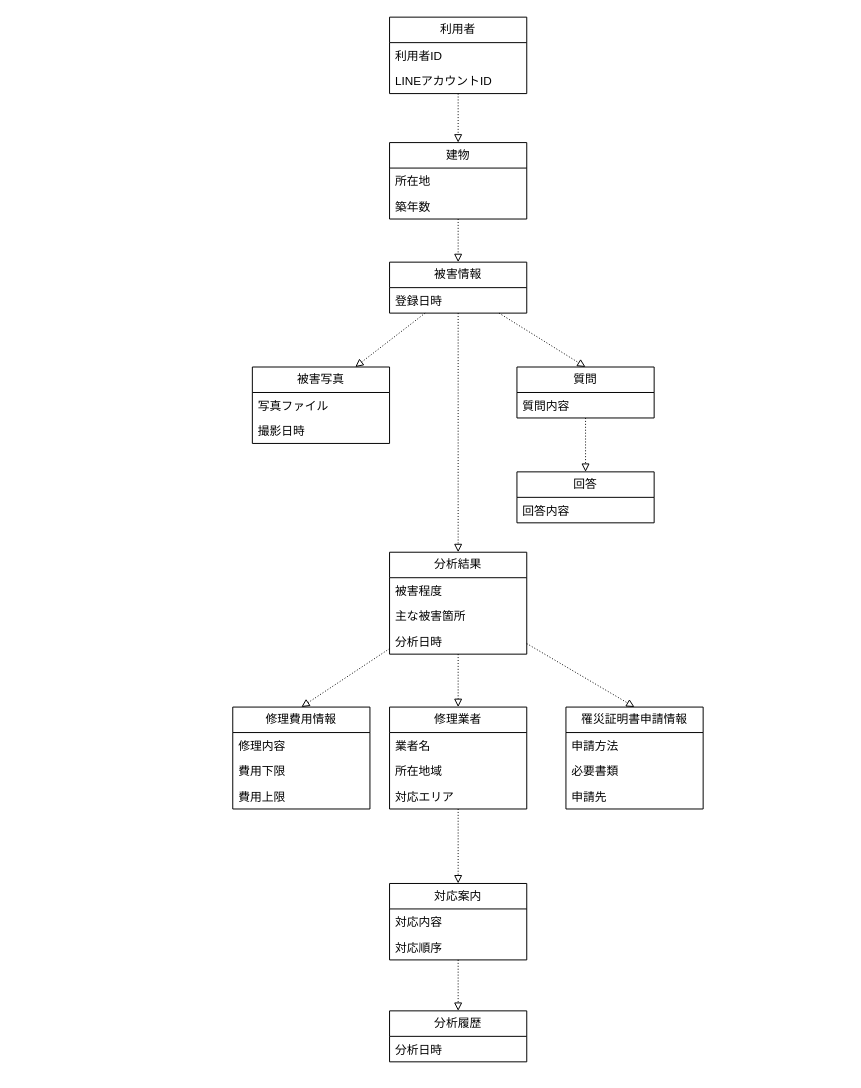
The draw.io diagram page "ドメイン仮１" (1 of 2) of 20_システム設計書/地震ドメイン.drawio in Kotarou-Tanoue/tanouesoftware, before the edit. Source tidied: cells renumbered, new cells numbered last; positions are measured from the earlier drawing's top-left corner, leaving out a move shared by most shapes. Both pictures are drawn from the tidied source at 98%, with x=0, y=0 at pixel (232, 17).
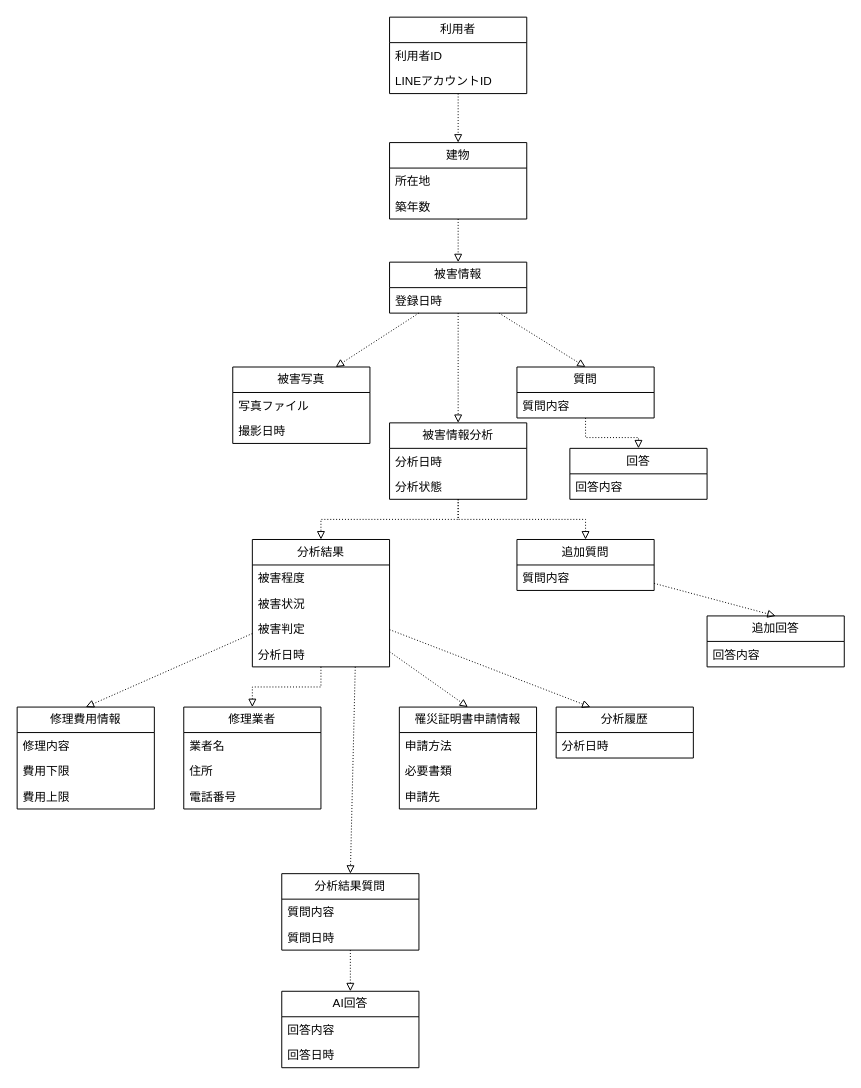
The same diagram, later.

The change refers to these unchanged cells:
```xml
<mxCell id="13" value="被害情報" style="swimlane;fontStyle=0;horizontal=1;startSize=26;fillColor=none;whiteSpace=wrap;html=1;" parent="1" vertex="1">
  <mxGeometry x="160" y="250" width="140" height="52" as="geometry" />
</mxCell>
```

Change to the diagram source:
```diff
@@
-    <mxCell id="12" style="edgeStyle=orthogonalEdgeStyle;shape=connector;rounded=0;jettySize=auto;html=1;entryX=0.5;entryY=0;entryDx=0;entryDy=0;dashed=1;dashPattern=1 2;strokeColor=default;align=center;verticalAlign=middle;fontFamily=Helvetica;fontSize=11;fontColor=default;labelBackgroundColor=default;endArrow=block;endFill=0;" parent="1" edge="1" source="13" target="26">
+    <mxCell id="12" style="edgeStyle=orthogonalEdgeStyle;shape=connector;rounded=0;jettySize=auto;html=1;entryX=0.5;entryY=0;entryDx=0;entryDy=0;dashed=1;dashPattern=1 2;strokeColor=default;align=center;verticalAlign=middle;fontFamily=Helvetica;fontSize=11;fontColor=default;labelBackgroundColor=default;endArrow=block;endFill=0;" parent="1" edge="1" source="13" target="54">
       <mxGeometry relative="1" as="geometry" />
     </mxCell>
@@
     <mxCell id="15" value="被害写真" style="swimlane;fontStyle=0;horizontal=1;startSize=26;fillColor=none;whiteSpace=wrap;html=1;" parent="1" vertex="1">
-      <mxGeometry x="20" y="357" width="140" height="78" as="geometry" />
+      <mxGeometry y="357" width="140" height="78" as="geometry" />
     </mxCell>
@@
     <mxCell id="21" value="回答" style="swimlane;fontStyle=0;horizontal=1;startSize=26;fillColor=none;whiteSpace=wrap;html=1;" parent="1" vertex="1">
-      <mxGeometry x="290" y="464" width="140" height="52" as="geometry" />
+      <mxGeometry x="344" y="440" width="140" height="52" as="geometry" />
     </mxCell>
@@
+    <mxCell id="49" style="shape=connector;rounded=0;jettySize=auto;html=1;entryX=0.25;entryY=0;entryDx=0;entryDy=0;dashed=1;dashPattern=1 2;strokeColor=default;align=center;verticalAlign=middle;fontFamily=Helvetica;fontSize=11;fontColor=default;labelBackgroundColor=default;endArrow=block;endFill=0;" parent="1" edge="1" source="26" target="30">
+      <mxGeometry relative="1" as="geometry" />
+    </mxCell>
     <mxCell id="26" value="分析結果" style="swimlane;fontStyle=0;horizontal=1;startSize=26;fillColor=none;whiteSpace=wrap;html=1;" parent="1" vertex="1">
-      <mxGeometry x="160" y="546" width="140" height="104" as="geometry" />
+      <mxGeometry x="20" y="533" width="140" height="130" as="geometry" />
     </mxCell>
@@
+    <mxCell id="50" value="被害状況" style="text;strokeColor=none;fillColor=none;align=left;verticalAlign=top;spacingLeft=4;spacingRight=4;overflow=hidden;whiteSpace=wrap;html=1;" parent="26" vertex="1">
+      <mxGeometry y="52" width="140" height="26" as="geometry" />
+    </mxCell>
-    <mxCell id="28" value="主な被害箇所" style="text;strokeColor=none;fillColor=none;align=left;verticalAlign=top;spacingLeft=4;spacingRight=4;overflow=hidden;whiteSpace=wrap;html=1;" parent="26" vertex="1">
-      <mxGeometry y="52" width="140" height="26" as="geometry" />
+    <mxCell id="28" value="被害判定" style="text;strokeColor=none;fillColor=none;align=left;verticalAlign=top;spacingLeft=4;spacingRight=4;overflow=hidden;whiteSpace=wrap;html=1;" parent="26" vertex="1">
+      <mxGeometry y="78" width="140" height="26" as="geometry" />
     </mxCell>
     <mxCell id="29" value="分析日時" style="text;strokeColor=none;fillColor=none;align=left;verticalAlign=top;spacingLeft=4;spacingRight=4;overflow=hidden;whiteSpace=wrap;html=1;" parent="26" vertex="1">
-      <mxGeometry y="78" width="140" height="26" as="geometry" />
+      <mxGeometry y="104" width="140" height="26" as="geometry" />
     </mxCell>
-    <mxCell id="30" value="分析履歴" style="swimlane;fontStyle=0;horizontal=1;startSize=26;fillColor=none;whiteSpace=wrap;html=1;" parent="1" vertex="1">
-      <mxGeometry x="160" y="1014" width="140" height="52" as="geometry" />
-    </mxCell>
-    <mxCell id="31" value="分析日時" style="text;strokeColor=none;fillColor=none;align=left;verticalAlign=top;spacingLeft=4;spacingRight=4;overflow=hidden;whiteSpace=wrap;html=1;" parent="30" vertex="1">
-      <mxGeometry y="26" width="140" height="26" as="geometry" />
-    </mxCell>
     <mxCell id="32" value="修理費用情報" style="swimlane;fontStyle=0;horizontal=1;startSize=26;fillColor=none;whiteSpace=wrap;html=1;" parent="1" vertex="1">
-      <mxGeometry y="704" width="140" height="104" as="geometry" />
+      <mxGeometry x="-220" y="704" width="140" height="104" as="geometry" />
     </mxCell>
@@
-    <mxCell id="36" style="edgeStyle=orthogonalEdgeStyle;shape=connector;rounded=0;jettySize=auto;html=1;dashed=1;dashPattern=1 2;strokeColor=default;align=center;verticalAlign=middle;fontFamily=Helvetica;fontSize=11;fontColor=default;labelBackgroundColor=default;endArrow=block;endFill=0;entryX=0.5;entryY=0;entryDx=0;entryDy=0;" parent="1" edge="1" source="37" target="46">
+    <mxCell id="36" style="shape=connector;rounded=0;jettySize=auto;html=1;dashed=1;dashPattern=1 2;strokeColor=default;align=center;verticalAlign=middle;fontFamily=Helvetica;fontSize=11;fontColor=default;labelBackgroundColor=default;endArrow=block;endFill=0;entryX=0.5;entryY=0;entryDx=0;entryDy=0;exitX=0.75;exitY=1;exitDx=0;exitDy=0;" parent="1" edge="1" source="26" target="46">
       <mxGeometry relative="1" as="geometry" />
     </mxCell>
     <mxCell id="37" value="修理業者" style="swimlane;fontStyle=0;horizontal=1;startSize=26;fillColor=none;whiteSpace=wrap;html=1;" parent="1" vertex="1">
-      <mxGeometry x="160" y="704" width="140" height="104" as="geometry" />
+      <mxGeometry x="-50" y="704" width="140" height="104" as="geometry" />
     </mxCell>
@@
-    <mxCell id="39" value="所在地域" style="text;strokeColor=none;fillColor=none;align=left;verticalAlign=top;spacingLeft=4;spacingRight=4;overflow=hidden;whiteSpace=wrap;html=1;" parent="37" vertex="1">
+    <mxCell id="39" value="住所" style="text;strokeColor=none;fillColor=none;align=left;verticalAlign=top;spacingLeft=4;spacingRight=4;overflow=hidden;whiteSpace=wrap;html=1;" parent="37" vertex="1">
       <mxGeometry y="52" width="140" height="26" as="geometry" />
     </mxCell>
-    <mxCell id="40" value="対応エリア" style="text;strokeColor=none;fillColor=none;align=left;verticalAlign=top;spacingLeft=4;spacingRight=4;overflow=hidden;whiteSpace=wrap;html=1;" parent="37" vertex="1">
+    <mxCell id="40" value="電話番号" style="text;strokeColor=none;fillColor=none;align=left;verticalAlign=top;spacingLeft=4;spacingRight=4;overflow=hidden;whiteSpace=wrap;html=1;" parent="37" vertex="1">
       <mxGeometry y="78" width="140" height="26" as="geometry" />
     </mxCell>
     <mxCell id="41" value="罹災証明書申請情報" style="swimlane;fontStyle=0;horizontal=1;startSize=26;fillColor=none;whiteSpace=wrap;html=1;" parent="1" vertex="1">
-      <mxGeometry x="340" y="704" width="140" height="104" as="geometry" />
+      <mxGeometry x="170" y="704" width="140" height="104" as="geometry" />
     </mxCell>
@@
-    <mxCell id="45" style="edgeStyle=orthogonalEdgeStyle;shape=connector;rounded=0;jettySize=auto;html=1;dashed=1;dashPattern=1 2;strokeColor=default;align=center;verticalAlign=middle;fontFamily=Helvetica;fontSize=11;fontColor=default;labelBackgroundColor=default;endArrow=block;endFill=0;entryX=0.5;entryY=0;entryDx=0;entryDy=0;" parent="1" edge="1" source="46" target="30">
-      <mxGeometry relative="1" as="geometry" />
-    </mxCell>
+    <mxCell id="51" style="edgeStyle=orthogonalEdgeStyle;shape=connector;rounded=0;jettySize=auto;html=1;dashed=1;dashPattern=1 2;strokeColor=default;align=center;verticalAlign=middle;fontFamily=Helvetica;fontSize=11;fontColor=default;labelBackgroundColor=default;endArrow=block;endFill=0;entryX=0.5;entryY=0;entryDx=0;entryDy=0;" parent="1" edge="1" source="46" target="63">
+      <mxGeometry relative="1" as="geometry" />
+    </mxCell>
-    <mxCell id="46" value="対応案内" style="swimlane;fontStyle=0;horizontal=1;startSize=26;fillColor=none;whiteSpace=wrap;html=1;" parent="1" vertex="1">
-      <mxGeometry x="160" y="884" width="140" height="78" as="geometry" />
+    <mxCell id="46" value="分析結果質問" style="swimlane;fontStyle=0;horizontal=1;startSize=26;fillColor=none;whiteSpace=wrap;html=1;" parent="1" vertex="1">
+      <mxGeometry x="50" y="874" width="140" height="78" as="geometry" />
     </mxCell>
-    <mxCell id="47" value="対応内容" style="text;strokeColor=none;fillColor=none;align=left;verticalAlign=top;spacingLeft=4;spacingRight=4;overflow=hidden;whiteSpace=wrap;html=1;" parent="46" vertex="1">
+    <mxCell id="47" value="質問内容" style="text;strokeColor=none;fillColor=none;align=left;verticalAlign=top;spacingLeft=4;spacingRight=4;overflow=hidden;whiteSpace=wrap;html=1;" parent="46" vertex="1">
       <mxGeometry y="26" width="140" height="26" as="geometry" />
     </mxCell>
-    <mxCell id="48" value="対応順序" style="text;strokeColor=none;fillColor=none;align=left;verticalAlign=top;spacingLeft=4;spacingRight=4;overflow=hidden;whiteSpace=wrap;html=1;" parent="46" vertex="1">
+    <mxCell id="48" value="質問日時" style="text;strokeColor=none;fillColor=none;align=left;verticalAlign=top;spacingLeft=4;spacingRight=4;overflow=hidden;whiteSpace=wrap;html=1;" parent="46" vertex="1">
       <mxGeometry y="52" width="140" height="26" as="geometry" />
     </mxCell>
+    <mxCell id="52" style="edgeStyle=orthogonalEdgeStyle;shape=connector;rounded=0;jettySize=auto;html=1;dashed=1;dashPattern=1 2;strokeColor=default;align=center;verticalAlign=middle;fontFamily=Helvetica;fontSize=11;fontColor=default;labelBackgroundColor=default;endArrow=block;endFill=0;entryX=0.5;entryY=0;entryDx=0;entryDy=0;" parent="1" edge="1" source="54" target="26">
+      <mxGeometry relative="1" as="geometry" />
+    </mxCell>
+    <mxCell id="53" style="edgeStyle=orthogonalEdgeStyle;shape=connector;rounded=0;jettySize=auto;html=1;entryX=0.5;entryY=0;entryDx=0;entryDy=0;dashed=1;dashPattern=1 2;strokeColor=default;align=center;verticalAlign=middle;fontFamily=Helvetica;fontSize=11;fontColor=default;labelBackgroundColor=default;endArrow=block;endFill=0;" parent="1" edge="1" source="54" target="58">
+      <mxGeometry relative="1" as="geometry" />
+    </mxCell>
+    <mxCell id="54" value="被害情報分析" style="swimlane;fontStyle=0;horizontal=1;startSize=26;fillColor=none;whiteSpace=wrap;html=1;" parent="1" vertex="1">
+      <mxGeometry x="160" y="414" width="140" height="78" as="geometry" />
+    </mxCell>
+    <mxCell id="55" value="分析日時" style="text;strokeColor=none;fillColor=none;align=left;verticalAlign=top;spacingLeft=4;spacingRight=4;overflow=hidden;whiteSpace=wrap;html=1;" parent="54" vertex="1">
+      <mxGeometry y="26" width="140" height="26" as="geometry" />
+    </mxCell>
+    <mxCell id="56" value="分析状態" style="text;strokeColor=none;fillColor=none;align=left;verticalAlign=top;spacingLeft=4;spacingRight=4;overflow=hidden;whiteSpace=wrap;html=1;" parent="54" vertex="1">
+      <mxGeometry y="52" width="140" height="26" as="geometry" />
+    </mxCell>
+    <mxCell id="57" style="shape=connector;rounded=0;jettySize=auto;html=1;entryX=0.5;entryY=0;entryDx=0;entryDy=0;dashed=1;dashPattern=1 2;strokeColor=default;align=center;verticalAlign=middle;fontFamily=Helvetica;fontSize=11;fontColor=default;labelBackgroundColor=default;endArrow=block;endFill=0;" parent="1" edge="1" source="58" target="60">
+      <mxGeometry relative="1" as="geometry" />
+    </mxCell>
+    <mxCell id="58" value="追加質問" style="swimlane;fontStyle=0;horizontal=1;startSize=26;fillColor=none;whiteSpace=wrap;html=1;" parent="1" vertex="1">
+      <mxGeometry x="290" y="533" width="140" height="52" as="geometry" />
+    </mxCell>
+    <mxCell id="59" value="質問内容" style="text;strokeColor=none;fillColor=none;align=left;verticalAlign=top;spacingLeft=4;spacingRight=4;overflow=hidden;whiteSpace=wrap;html=1;" parent="58" vertex="1">
+      <mxGeometry y="26" width="140" height="26" as="geometry" />
+    </mxCell>
+    <mxCell id="60" value="追加回答" style="swimlane;fontStyle=0;horizontal=1;startSize=26;fillColor=none;whiteSpace=wrap;html=1;" parent="1" vertex="1">
+      <mxGeometry x="484" y="611" width="140" height="52" as="geometry" />
+    </mxCell>
+    <mxCell id="61" value="回答内容" style="text;strokeColor=none;fillColor=none;align=left;verticalAlign=top;spacingLeft=4;spacingRight=4;overflow=hidden;whiteSpace=wrap;html=1;" parent="60" vertex="1">
+      <mxGeometry y="26" width="140" height="26" as="geometry" />
+    </mxCell>
+    <mxCell id="30" value="分析履歴" style="swimlane;fontStyle=0;horizontal=1;startSize=26;fillColor=none;whiteSpace=wrap;html=1;" parent="1" vertex="1">
+      <mxGeometry x="330" y="704" width="140" height="52" as="geometry" />
+    </mxCell>
+    <mxCell id="62" value="分析日時" style="text;strokeColor=none;fillColor=none;align=left;verticalAlign=top;spacingLeft=4;spacingRight=4;overflow=hidden;whiteSpace=wrap;html=1;" parent="30" vertex="1">
+      <mxGeometry y="26" width="140" height="26" as="geometry" />
+    </mxCell>
+    <mxCell id="63" value="AI回答" style="swimlane;fontStyle=0;horizontal=1;startSize=26;fillColor=none;whiteSpace=wrap;html=1;" parent="1" vertex="1">
+      <mxGeometry x="50" y="994" width="140" height="78" as="geometry" />
+    </mxCell>
+    <mxCell id="64" value="回答内容" style="text;strokeColor=none;fillColor=none;align=left;verticalAlign=top;spacingLeft=4;spacingRight=4;overflow=hidden;whiteSpace=wrap;html=1;" parent="63" vertex="1">
+      <mxGeometry y="26" width="140" height="26" as="geometry" />
+    </mxCell>
+    <mxCell id="65" value="回答日時" style="text;strokeColor=none;fillColor=none;align=left;verticalAlign=top;spacingLeft=4;spacingRight=4;overflow=hidden;whiteSpace=wrap;html=1;" parent="63" vertex="1">
+      <mxGeometry y="52" width="140" height="26" as="geometry" />
+    </mxCell>
```
